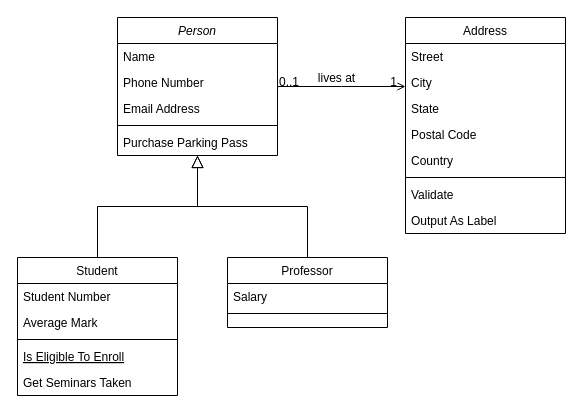
This is src/Diagrama sem nome.drawio from mrayanem/aulas-logica-aplicada-2G, a draw.io file, before an edit. Source tidied: cells renumbered, new cells numbered last; positions are measured from the earlier drawing's top-left corner, leaving out a move shared by most shapes. Both pictures are drawn from the tidied source at 100%, with x=0, y=0 at pixel (17, 17).
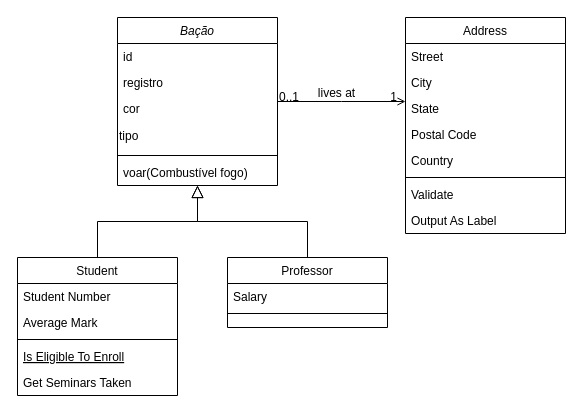
The same diagram, later.

The edit, as a diff of the source:
```diff
@@
-    <mxCell id="2" value="Person" style="swimlane;fontStyle=2;align=center;verticalAlign=top;horizontal=1;startSize=26;rounded=0;shadow=0;strokeWidth=1;" parent="1" vertex="1">
-      <mxGeometry x="100" width="160" height="138" as="geometry" />
+    <mxCell id="2" value="Bação" style="swimlane;fontStyle=2;align=center;verticalAlign=top;horizontal=1;startSize=26;rounded=0;shadow=0;strokeWidth=1;" parent="1" vertex="1">
+      <mxGeometry x="100" width="160" height="168" as="geometry" />
     </mxCell>
-    <mxCell id="3" value="Name" style="text;align=left;verticalAlign=top;spacingLeft=4;spacingRight=4;overflow=hidden;" parent="2" vertex="1">
+    <mxCell id="3" value="id" style="text;align=left;verticalAlign=top;spacingLeft=4;spacingRight=4;overflow=hidden;" parent="2" vertex="1">
       <mxGeometry y="26" width="160" height="26" as="geometry" />
     </mxCell>
-    <mxCell id="4" value="Phone Number" style="text;align=left;verticalAlign=top;spacingLeft=4;spacingRight=4;overflow=hidden;rounded=0;shadow=0;html=0;" parent="2" vertex="1">
+    <mxCell id="4" value="registro" style="text;align=left;verticalAlign=top;spacingLeft=4;spacingRight=4;overflow=hidden;rounded=0;shadow=0;html=0;" parent="2" vertex="1">
       <mxGeometry y="52" width="160" height="26" as="geometry" />
     </mxCell>
-    <mxCell id="5" value="Email Address" style="text;align=left;verticalAlign=top;spacingLeft=4;spacingRight=4;overflow=hidden;rounded=0;shadow=0;html=0;" parent="2" vertex="1">
+    <mxCell id="5" value="cor" style="text;align=left;verticalAlign=top;spacingLeft=4;spacingRight=4;overflow=hidden;rounded=0;shadow=0;html=0;" parent="2" vertex="1">
       <mxGeometry y="78" width="160" height="26" as="geometry" />
     </mxCell>
+    <mxCell id="32" value="tipo" style="text;strokeColor=none;align=left;fillColor=none;html=1;verticalAlign=middle;whiteSpace=wrap;rounded=0;" parent="2" vertex="1">
+      <mxGeometry y="104" width="160" height="30" as="geometry" />
+    </mxCell>
     <mxCell id="6" style="line;html=1;strokeWidth=1;align=left;verticalAlign=middle;spacingTop=-1;spacingLeft=3;spacingRight=3;labelPosition=right;" parent="2" vertex="1">
-      <mxGeometry y="104" width="160" height="8" as="geometry" />
+      <mxGeometry y="134" width="160" height="8" as="geometry" />
     </mxCell>
-    <mxCell id="7" value="Purchase Parking Pass" style="text;align=left;verticalAlign=top;spacingLeft=4;spacingRight=4;overflow=hidden;" parent="2" vertex="1">
-      <mxGeometry y="112" width="160" height="26" as="geometry" />
+    <mxCell id="7" value="voar(Combustível fogo)" style="text;align=left;verticalAlign=top;spacingLeft=4;spacingRight=4;overflow=hidden;" parent="2" vertex="1">
+      <mxGeometry y="142" width="160" height="26" as="geometry" />
     </mxCell>
```
